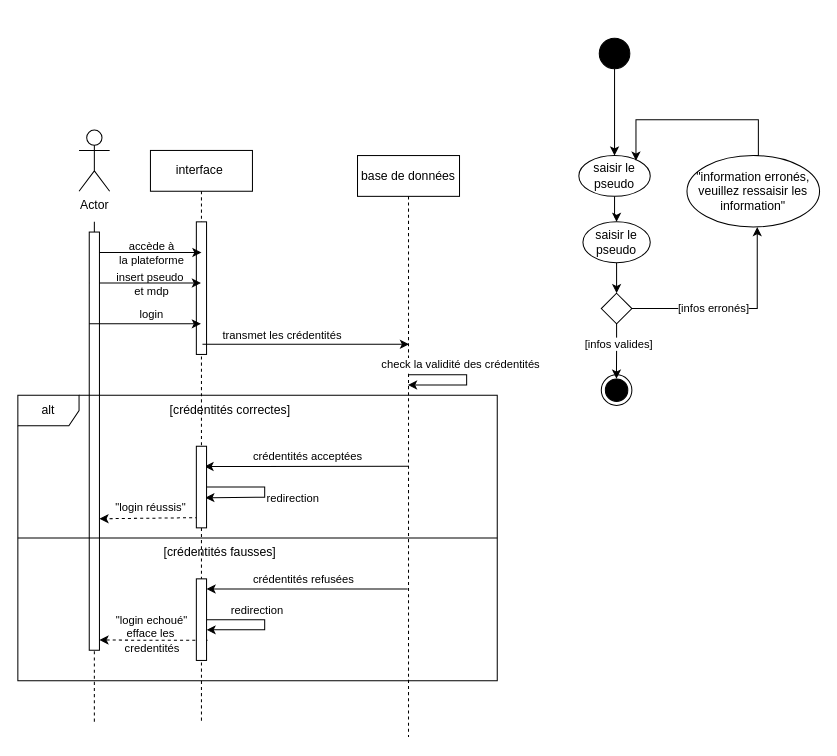
the-lyly/Spotlight-in keeps this draw.io diagram as LOGIN seq/act.drawio. Above is the earlier version. Source tidied: cells renumbered, new cells numbered last; positions are measured from the earlier drawing's top-left corner, leaving out a move shared by most shapes. Both pictures are drawn from the tidied source at 102%, with x=0, y=0 at pixel (17, 38).
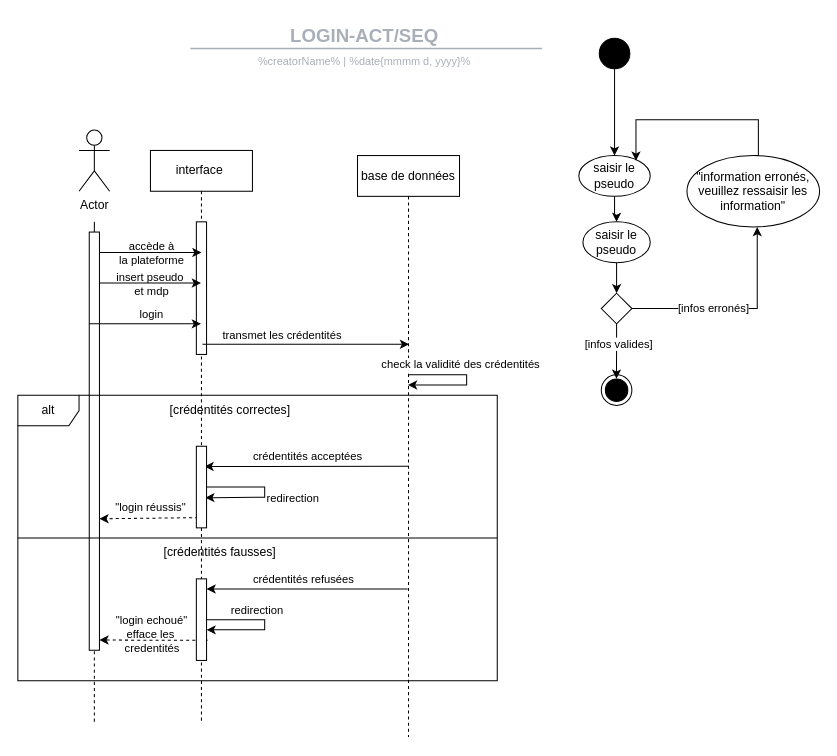
The same diagram, later.

Commit message (it also covers changes not shown here):
Mettre à jour act.drawio

The edit, as a diff of the source:
```diff
@@
+    <mxCell id="53" style="group;" parent="1" vertex="1">
+      <mxGeometry x="20" y="-20" width="640" height="45" as="geometry" />
+    </mxCell>
+    <mxCell id="54" value="LOGIN-ACT/SEQ" style="points=[[0.233,0.967,0]];html=1;overflow=block;blockSpacing=1;whiteSpace=wrap;fontSize=18.3;fontColor=#a9afb8;fontStyle=1;align=center;spacingLeft=7;spacingRight=7;spacingTop=2;spacing=3;strokeOpacity=0;fillOpacity=0;rounded=1;absoluteArcSize=1;arcSize=12;fillColor=#ffffff;strokeWidth=1.5;lucidId=574B.V.jTPgA;" parent="53" vertex="1">
+      <mxGeometry width="640" height="31" as="geometry" />
+    </mxCell>
+    <mxCell id="55" value="%creatorName%  |  %date{mmmm d, yyyy}%" style="html=1;overflow=block;blockSpacing=1;whiteSpace=wrap;fontSize=10.7;fontColor=#a9afb8;align=center;spacingLeft=7;spacingRight=7;spacingTop=2;spacing=3;strokeOpacity=0;fillOpacity=0;rounded=1;absoluteArcSize=1;arcSize=12;fillColor=#ffffff;strokeWidth=1.5;lucidId=574BS.99andx;" parent="53" vertex="1">
+      <mxGeometry y="31" width="640" height="14" as="geometry" />
+    </mxCell>
+    <mxCell id="56" style="html=1;jettySize=18;whiteSpace=wrap;fontSize=13;fontFamily=Helvetica;strokeColor=#a9afb8;strokeOpacity=100;strokeWidth=1.5;rounded=0;startArrow=none;endArrow=none;exitX=0.233;exitY=0.967;exitPerimeter=0;lucidId=574BI-b6ZqHU;" parent="53" edge="1" source="54">
+      <mxGeometry relative="1" as="geometry">
+        <mxPoint x="494" y="30" as="targetPoint" />
+      </mxGeometry>
+    </mxCell>
```
